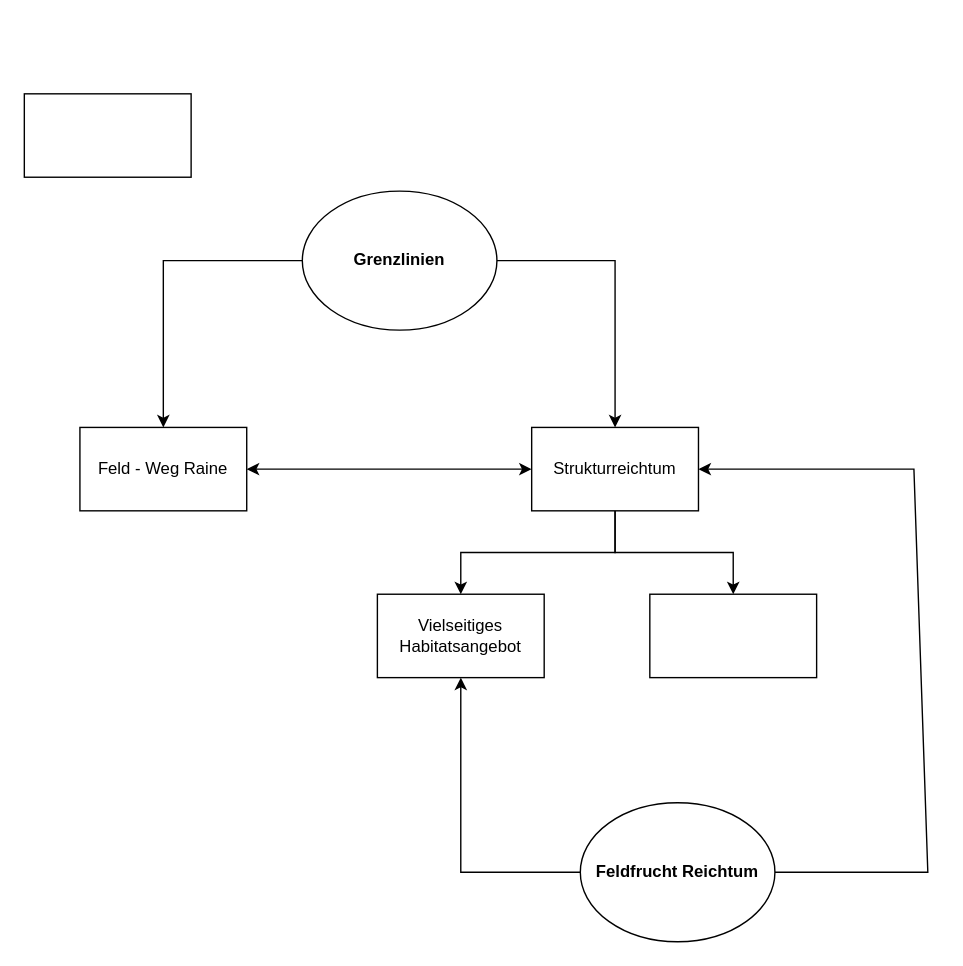
Above: Rebhuhn.drawio in luismaecker/Tests (draw.io), before the change. Source tidied: cells renumbered, new cells numbered last; positions are measured from the earlier drawing's top-left corner, leaving out a move shared by most shapes. Both pictures are drawn from the tidied source at 139%, with x=0, y=0 at pixel (24, 93).
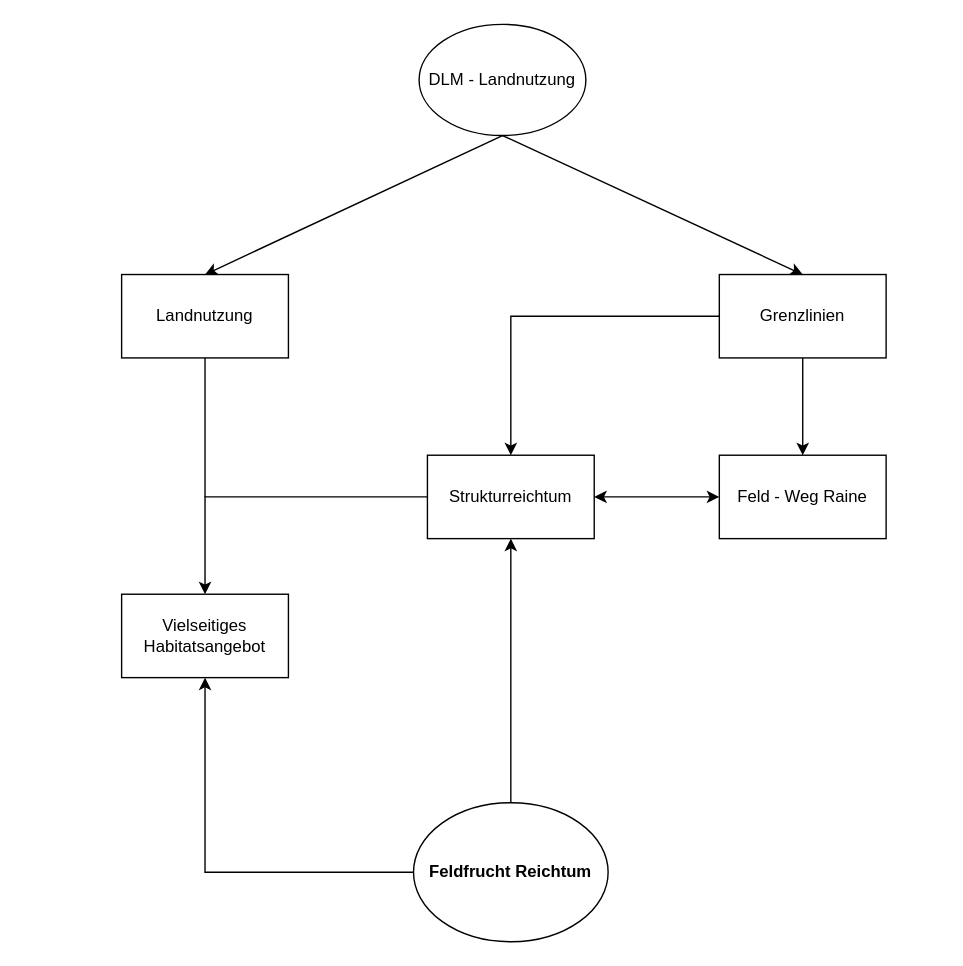
After the change.

What changed in the source:
```diff
@@
 <mxGraphModel>
   <root>
     <mxCell id="0" />
     <mxCell id="1" parent="0" />
-    <mxCell id="2" style="edgeStyle=orthogonalEdgeStyle;rounded=0;jettySize=auto;html=1;" parent="1" edge="1" source="4" target="5">
-      <mxGeometry relative="1" as="geometry" />
-    </mxCell>
-    <mxCell id="3" style="edgeStyle=orthogonalEdgeStyle;rounded=0;jettySize=auto;html=1;" parent="1" edge="1" source="4" target="8">
-      <mxGeometry relative="1" as="geometry" />
-    </mxCell>
-    <mxCell id="4" value="&lt;b&gt;Grenzlinien&lt;/b&gt;" style="ellipse;whiteSpace=wrap;html=1;" parent="1" vertex="1">
-      <mxGeometry x="200" y="70" width="140" height="100" as="geometry" />
-    </mxCell>
     <mxCell id="5" value="Feld - Weg Raine" style="rounded=0;whiteSpace=wrap;html=1;" parent="1" vertex="1">
-      <mxGeometry x="40" y="240" width="120" height="60" as="geometry" />
+      <mxGeometry x="500" y="260" width="120" height="60" as="geometry" />
     </mxCell>
     <mxCell id="6" style="edgeStyle=orthogonalEdgeStyle;rounded=0;jettySize=auto;html=1;" parent="1" edge="1" source="8" target="11">
       <mxGeometry relative="1" as="geometry" />
     </mxCell>
-    <mxCell id="7" style="edgeStyle=orthogonalEdgeStyle;rounded=0;jettySize=auto;html=1;" parent="1" edge="1" source="8" target="10">
-      <mxGeometry relative="1" as="geometry" />
-    </mxCell>
     <mxCell id="8" value="Strukturreichtum" style="rounded=0;whiteSpace=wrap;html=1;" parent="1" vertex="1">
-      <mxGeometry x="365" y="240" width="120" height="60" as="geometry" />
+      <mxGeometry x="290" y="260" width="120" height="60" as="geometry" />
     </mxCell>
-    <mxCell id="9" style="rounded=0;whiteSpace=wrap;html=1;" parent="1" vertex="1">
-      <mxGeometry width="120" height="60" as="geometry" />
-    </mxCell>
-    <mxCell id="10" style="rounded=0;whiteSpace=wrap;html=1;" parent="1" vertex="1">
-      <mxGeometry x="450" y="360" width="120" height="60" as="geometry" />
-    </mxCell>
     <mxCell id="11" value="Vielseitiges Habitatsangebot" style="rounded=0;whiteSpace=wrap;html=1;" parent="1" vertex="1">
-      <mxGeometry x="254" y="360" width="120" height="60" as="geometry" />
+      <mxGeometry x="70" y="360" width="120" height="60" as="geometry" />
     </mxCell>
-    <mxCell id="12" style="endArrow=classic;startArrow=classic;html=1;rounded=0;exitX=1;exitY=0.5;exitDx=0;exitDy=0;entryX=0;entryY=0.5;entryDx=0;entryDy=0;" parent="1" edge="1" source="5" target="8">
+    <mxCell id="12" style="endArrow=classic;startArrow=classic;html=1;rounded=0;entryX=1;entryY=0.5;entryDx=0;entryDy=0;exitX=0;exitY=0.5;exitDx=0;exitDy=0;" parent="1" edge="1" source="5" target="8">
       <mxGeometry relative="1" as="geometry" />
     </mxCell>
     <mxCell id="13" style="edgeStyle=orthogonalEdgeStyle;rounded=0;jettySize=auto;html=1;" parent="1" edge="1" source="14" target="11">
       <mxGeometry relative="1" as="geometry" />
     </mxCell>
     <mxCell id="14" value="&lt;b&gt;Feldfrucht Reichtum&lt;br&gt;&lt;/b&gt;" style="ellipse;whiteSpace=wrap;html=1;" parent="1" vertex="1">
-      <mxGeometry x="400" y="510" width="140" height="100" as="geometry" />
+      <mxGeometry x="280" y="510" width="140" height="100" as="geometry" />
     </mxCell>
+    <mxCell id="16" value="DLM - Landnutzung" style="ellipse;whiteSpace=wrap;html=1;" parent="1" vertex="1">
+      <mxGeometry x="284" y="-50" width="120" height="80" as="geometry" />
+    </mxCell>
+    <mxCell id="2" style="edgeStyle=orthogonalEdgeStyle;rounded=0;jettySize=auto;html=1;" parent="1" edge="1" source="4" target="5">
+      <mxGeometry relative="1" as="geometry" />
+    </mxCell>
+    <mxCell id="4" value="Grenzlinien" style="rounded=0;whiteSpace=wrap;html=1;" parent="1" vertex="1">
+      <mxGeometry x="500" y="130" width="120" height="60" as="geometry" />
+    </mxCell>
+    <mxCell id="17" value="Landnutzung" style="rounded=0;whiteSpace=wrap;html=1;" parent="1" vertex="1">
+      <mxGeometry x="70" y="130" width="120" height="60" as="geometry" />
+    </mxCell>
-    <mxCell id="15" style="endArrow=classic;html=1;rounded=0;exitX=1;exitY=0.5;exitDx=0;exitDy=0;entryX=1;entryY=0.5;entryDx=0;entryDy=0;" parent="1" edge="1" source="14" target="8">
-      <mxGeometry relative="1" as="geometry">
-        <Array as="points">
-          <mxPoint x="650" y="560" />
-          <mxPoint x="640" y="270" />
-        </Array>
-      </mxGeometry>
+    <mxCell id="15" style="endArrow=classic;html=1;rounded=0;entryX=0.5;entryY=1;entryDx=0;entryDy=0;exitX=0.5;exitY=0;exitDx=0;exitDy=0;" parent="1" edge="1" source="14" target="8">
+      <mxGeometry relative="1" as="geometry" />
     </mxCell>
+    <mxCell id="18" style="endArrow=classic;html=1;rounded=0;entryX=0.5;entryY=0;entryDx=0;entryDy=0;exitX=0.5;exitY=1;exitDx=0;exitDy=0;" parent="1" edge="1" source="16" target="4">
+      <mxGeometry relative="1" as="geometry" />
+    </mxCell>
+    <mxCell id="19" style="endArrow=classic;html=1;rounded=0;entryX=0.5;entryY=0;entryDx=0;entryDy=0;exitX=0.5;exitY=1;exitDx=0;exitDy=0;" parent="1" edge="1" source="16" target="17">
+      <mxGeometry relative="1" as="geometry" />
+    </mxCell>
+    <mxCell id="20" style="endArrow=none;html=1;rounded=0;entryX=0.5;entryY=1;entryDx=0;entryDy=0;" parent="1" edge="1" target="17">
+      <mxGeometry relative="1" as="geometry">
+        <mxPoint x="130" y="290" as="sourcePoint" />
+      </mxGeometry>
+    </mxCell>
+    <mxCell id="3" style="endArrow=classic;html=1;rounded=0;exitX=0;exitY=0.5;exitDx=0;exitDy=0;entryX=0.5;entryY=0;entryDx=0;entryDy=0;" parent="1" edge="1" source="4" target="8">
+      <mxGeometry relative="1" as="geometry">
+        <Array as="points">
+          <mxPoint x="350" y="160" />
+        </Array>
+      </mxGeometry>
+    </mxCell>
   </root>
 </mxGraphModel>
```
